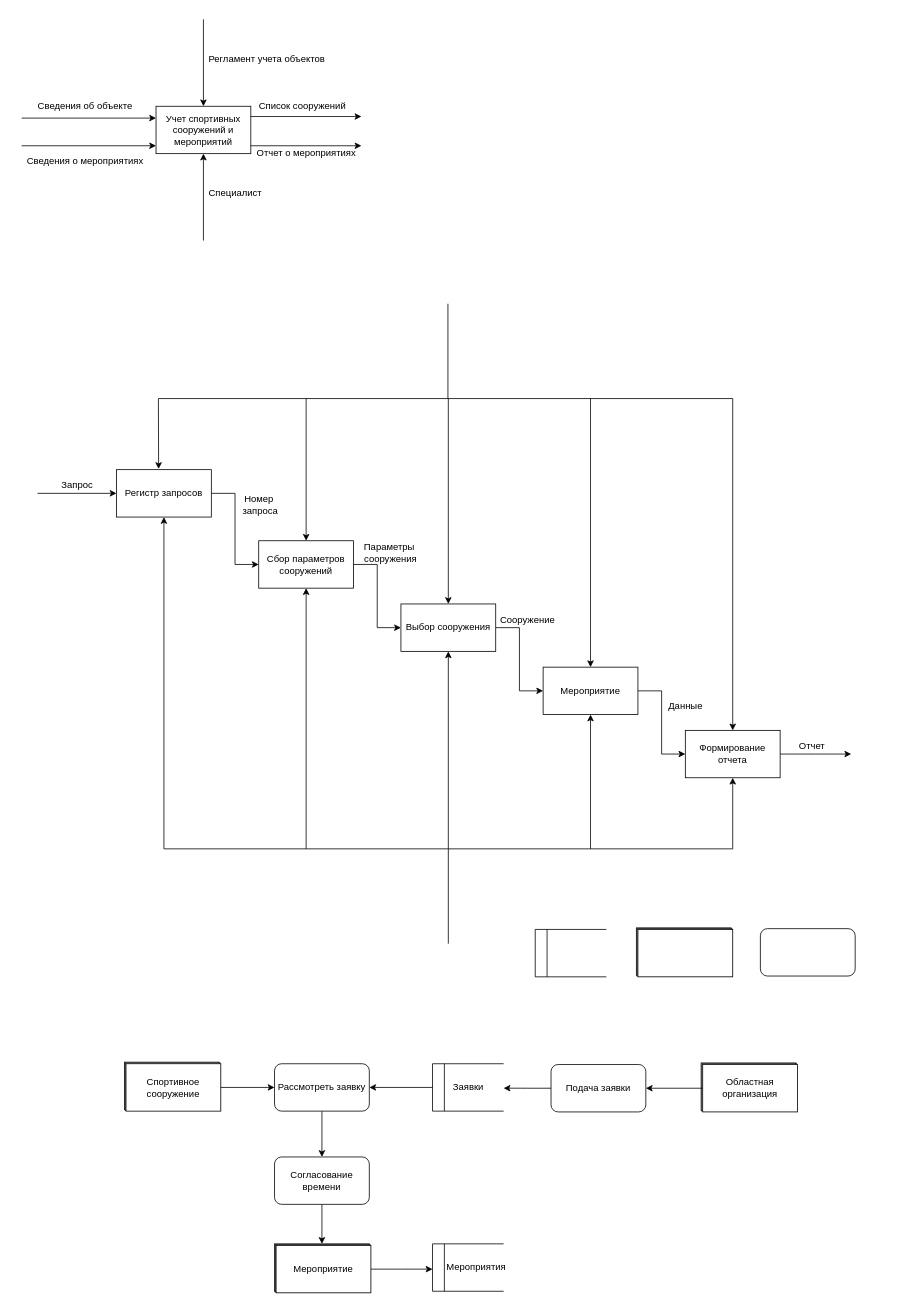
Earlier version of the draw.io diagram Untitled Diagram.drawio (RGNGIT/DBStructCourse). Source tidied: cells renumbered, new cells numbered last; positions are measured from the earlier drawing's top-left corner, leaving out a move shared by most shapes. Both pictures are drawn from the tidied source at 79%, with x=0, y=0 at pixel (21, 19).
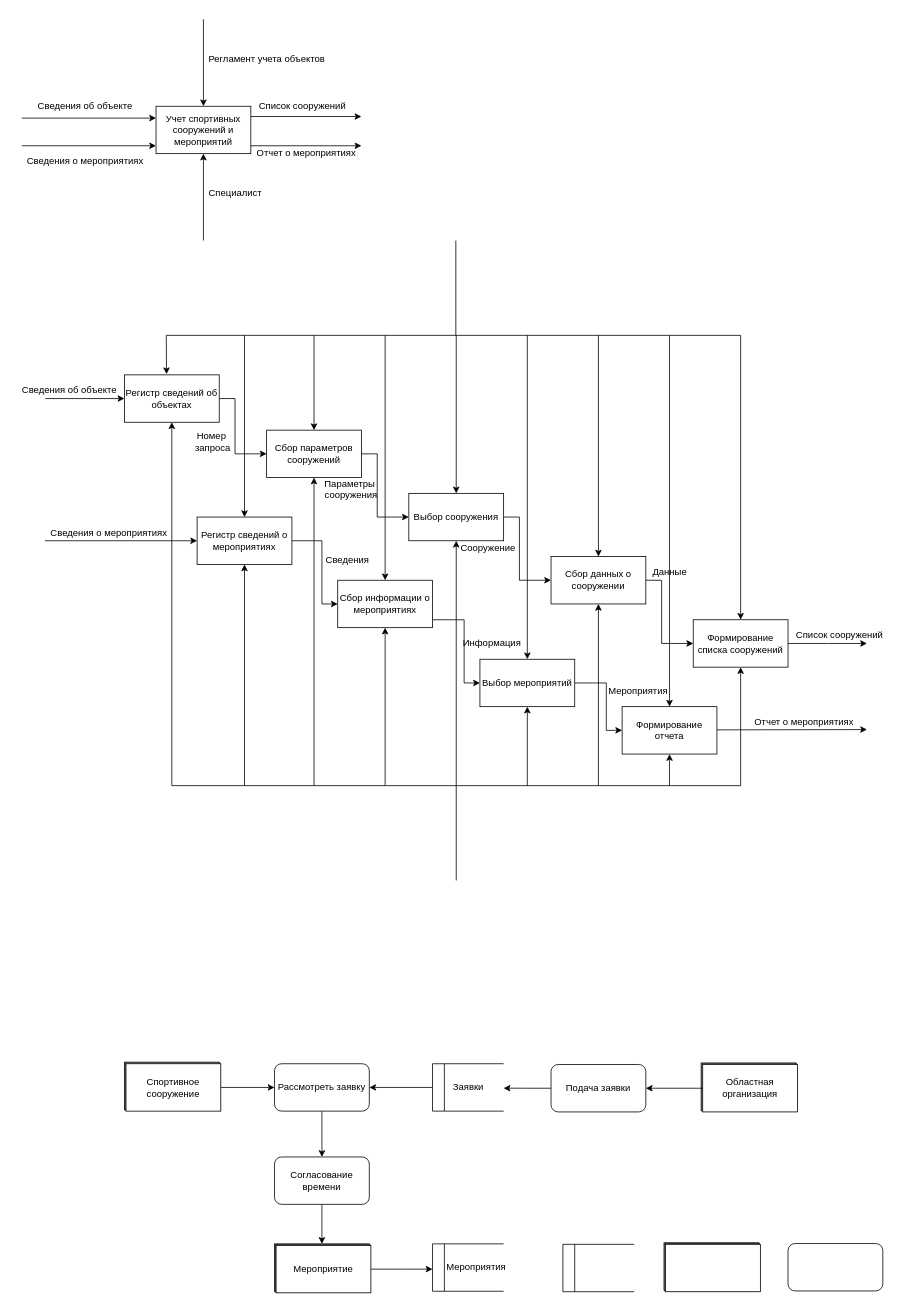
Above is the later version.

What changed in the source:
```diff
@@
     <mxCell id="11" style="endArrow=classic;html=1;" parent="1" edge="1">
       <mxGeometry relative="1" as="geometry">
-        <mxPoint x="20" y="600" as="sourcePoint" />
-        <mxPoint x="120" y="600" as="targetPoint" />
+        <mxPoint x="30" y="480" as="sourcePoint" />
+        <mxPoint x="130" y="480" as="targetPoint" />
       </mxGeometry>
     </mxCell>
-    <mxCell id="12" value="Запрос" style="text;html=1;align=center;verticalAlign=middle;strokeColor=none;" parent="1" vertex="1">
-      <mxGeometry x="40" y="580" width="60" height="20" as="geometry" />
+    <mxCell id="12" value="Сведения об объекте" style="text;html=1;align=center;verticalAlign=middle;strokeColor=none;" parent="1" vertex="1">
+      <mxGeometry x="-10" y="460" width="140" height="20" as="geometry" />
     </mxCell>
     <mxCell id="13" style="edgeStyle=orthogonalEdgeStyle;rounded=0;jettySize=auto;html=1;entryX=0;entryY=0.5;entryDx=0;entryDy=0;" parent="1" edge="1" source="14" target="16">
-      <mxGeometry relative="1" as="geometry" />
+      <mxGeometry relative="1" as="geometry">
+        <Array as="points">
+          <mxPoint x="270" y="480" />
+          <mxPoint x="270" y="550" />
+        </Array>
+      </mxGeometry>
     </mxCell>
-    <mxCell id="14" value="Регистр запросов" style="rounded=0;whiteSpace=wrap;html=1;" parent="1" vertex="1">
-      <mxGeometry x="120" y="570" width="120" height="60" as="geometry" />
+    <mxCell id="14" value="Регистр сведений об объектах" style="rounded=0;whiteSpace=wrap;html=1;" parent="1" vertex="1">
+      <mxGeometry x="130" y="450" width="120" height="60" as="geometry" />
     </mxCell>
     <mxCell id="15" style="edgeStyle=orthogonalEdgeStyle;rounded=0;jettySize=auto;html=1;entryX=0;entryY=0.5;entryDx=0;entryDy=0;" parent="1" edge="1" source="16" target="19">
-      <mxGeometry relative="1" as="geometry" />
+      <mxGeometry relative="1" as="geometry">
+        <Array as="points">
+          <mxPoint x="450" y="550" />
+          <mxPoint x="450" y="630" />
+        </Array>
+      </mxGeometry>
     </mxCell>
     <mxCell id="16" value="Сбор параметров сооружений" style="rounded=0;whiteSpace=wrap;html=1;" parent="1" vertex="1">
-      <mxGeometry x="300" y="660" width="120" height="60" as="geometry" />
+      <mxGeometry x="310" y="520" width="120" height="60" as="geometry" />
     </mxCell>
     <mxCell id="17" value="Номер&lt;br&gt;&amp;nbsp;запроса" style="text;html=1;align=center;verticalAlign=middle;strokeColor=none;" parent="1" vertex="1">
-      <mxGeometry x="270" y="600" width="60" height="30" as="geometry" />
+      <mxGeometry x="210" y="520" width="60" height="30" as="geometry" />
     </mxCell>
     <mxCell id="18" style="edgeStyle=orthogonalEdgeStyle;rounded=0;jettySize=auto;html=1;entryX=0;entryY=0.5;entryDx=0;entryDy=0;" parent="1" edge="1" source="19" target="22">
-      <mxGeometry relative="1" as="geometry" />
+      <mxGeometry relative="1" as="geometry">
+        <Array as="points">
+          <mxPoint x="630" y="630" />
+          <mxPoint x="630" y="710" />
+        </Array>
+      </mxGeometry>
     </mxCell>
     <mxCell id="19" value="Выбор сооружения" style="rounded=0;whiteSpace=wrap;html=1;" parent="1" vertex="1">
-      <mxGeometry x="480" y="740" width="120" height="60" as="geometry" />
+      <mxGeometry x="490" y="600" width="120" height="60" as="geometry" />
     </mxCell>
     <mxCell id="20" value="Сооружение" style="text;html=1;align=center;verticalAlign=middle;strokeColor=none;" parent="1" vertex="1">
-      <mxGeometry x="600" y="750" width="80" height="20" as="geometry" />
+      <mxGeometry x="550" y="660" width="80" height="20" as="geometry" />
     </mxCell>
     <mxCell id="21" style="edgeStyle=orthogonalEdgeStyle;rounded=0;jettySize=auto;html=1;entryX=0;entryY=0.5;entryDx=0;entryDy=0;" parent="1" edge="1" source="22" target="26">
-      <mxGeometry relative="1" as="geometry" />
+      <mxGeometry relative="1" as="geometry">
+        <Array as="points">
+          <mxPoint x="810" y="710" />
+          <mxPoint x="810" y="790" />
+        </Array>
+      </mxGeometry>
     </mxCell>
-    <mxCell id="22" value="Мероприятие" style="rounded=0;whiteSpace=wrap;html=1;" parent="1" vertex="1">
-      <mxGeometry x="660" y="820" width="120" height="60" as="geometry" />
+    <mxCell id="22" value="Сбор данных о сооружении" style="rounded=0;whiteSpace=wrap;html=1;" parent="1" vertex="1">
+      <mxGeometry x="670" y="680" width="120" height="60" as="geometry" />
     </mxCell>
     <mxCell id="23" value="Параметры&lt;br&gt;&amp;nbsp;сооружения" style="text;html=1;align=center;verticalAlign=middle;strokeColor=none;" parent="1" vertex="1">
-      <mxGeometry x="420" y="660" width="90" height="30" as="geometry" />
+      <mxGeometry x="370" y="580" width="90" height="30" as="geometry" />
     </mxCell>
     <mxCell id="24" value="Данные" style="text;html=1;align=center;verticalAlign=middle;strokeColor=none;" parent="1" vertex="1">
-      <mxGeometry x="810" y="860" width="60" height="20" as="geometry" />
+      <mxGeometry x="790" y="690" width="60" height="20" as="geometry" />
     </mxCell>
     <mxCell id="25" style="edgeStyle=orthogonalEdgeStyle;rounded=0;jettySize=auto;html=1;exitX=1;exitY=0.5;exitDx=0;exitDy=0;" parent="1" edge="1" source="26">
       <mxGeometry relative="1" as="geometry">
-        <mxPoint x="1050" y="930" as="targetPoint" />
+        <mxPoint x="1070" y="790" as="targetPoint" />
       </mxGeometry>
     </mxCell>
-    <mxCell id="26" value="Формирование отчета" style="rounded=0;whiteSpace=wrap;html=1;" parent="1" vertex="1">
-      <mxGeometry x="840" y="900" width="120" height="60" as="geometry" />
+    <mxCell id="26" value="Формирование списка сооружений" style="rounded=0;whiteSpace=wrap;html=1;" parent="1" vertex="1">
+      <mxGeometry x="850" y="760" width="120" height="60" as="geometry" />
     </mxCell>
-    <mxCell id="27" value="Отчет" style="text;html=1;align=center;verticalAlign=middle;strokeColor=none;" parent="1" vertex="1">
-      <mxGeometry x="975" y="910" width="50" height="20" as="geometry" />
+    <mxCell id="27" value="Список сооружений" style="text;html=1;align=center;verticalAlign=middle;strokeColor=none;" parent="1" vertex="1">
+      <mxGeometry x="970" y="770" width="130" height="20" as="geometry" />
     </mxCell>
     <mxCell id="28" style="endArrow=none;html=1;" parent="1" edge="1">
       <mxGeometry relative="1" as="geometry">
-        <mxPoint x="180" y="1050" as="sourcePoint" />
-        <mxPoint x="900" y="1050" as="targetPoint" />
+        <mxPoint x="190" y="970" as="sourcePoint" />
+        <mxPoint x="910" y="970" as="targetPoint" />
       </mxGeometry>
     </mxCell>
     <mxCell id="29" style="endArrow=classic;html=1;entryX=0.5;entryY=1;entryDx=0;entryDy=0;" parent="1" edge="1" target="14">
       <mxGeometry relative="1" as="geometry">
-        <mxPoint x="180" y="1050" as="sourcePoint" />
+        <mxPoint x="190" y="970" as="sourcePoint" />
       </mxGeometry>
     </mxCell>
     <mxCell id="30" style="endArrow=classic;html=1;entryX=0.5;entryY=1;entryDx=0;entryDy=0;" parent="1" edge="1" target="16">
       <mxGeometry relative="1" as="geometry">
-        <mxPoint x="360" y="1050" as="sourcePoint" />
+        <mxPoint x="370" y="970" as="sourcePoint" />
       </mxGeometry>
     </mxCell>
     <mxCell id="31" style="endArrow=classic;html=1;entryX=0.5;entryY=1;entryDx=0;entryDy=0;" parent="1" edge="1" target="19">
       <mxGeometry relative="1" as="geometry">
-        <mxPoint x="540" y="1050" as="sourcePoint" />
+        <mxPoint x="550" y="970" as="sourcePoint" />
       </mxGeometry>
     </mxCell>
     <mxCell id="32" style="endArrow=classic;html=1;entryX=0.5;entryY=1;entryDx=0;entryDy=0;" parent="1" edge="1" target="22">
       <mxGeometry relative="1" as="geometry">
-        <mxPoint x="720" y="1050" as="sourcePoint" />
+        <mxPoint x="730" y="970" as="sourcePoint" />
       </mxGeometry>
     </mxCell>
     <mxCell id="33" style="endArrow=classic;html=1;entryX=0.5;entryY=1;entryDx=0;entryDy=0;" parent="1" edge="1" target="26">
       <mxGeometry relative="1" as="geometry">
-        <mxPoint x="900" y="1050" as="sourcePoint" />
+        <mxPoint x="910" y="970" as="sourcePoint" />
       </mxGeometry>
     </mxCell>
     <mxCell id="34" style="endArrow=none;html=1;" parent="1" edge="1">
       <mxGeometry relative="1" as="geometry">
-        <mxPoint x="173" y="480" as="sourcePoint" />
-        <mxPoint x="900" y="480" as="targetPoint" />
+        <mxPoint x="183" y="400" as="sourcePoint" />
+        <mxPoint x="910" y="400" as="targetPoint" />
       </mxGeometry>
     </mxCell>
     <mxCell id="35" style="endArrow=classic;html=1;entryX=0.5;entryY=0;entryDx=0;entryDy=0;" parent="1" edge="1" target="26">
       <mxGeometry relative="1" as="geometry">
-        <mxPoint x="900" y="480" as="sourcePoint" />
+        <mxPoint x="910" y="400" as="sourcePoint" />
       </mxGeometry>
     </mxCell>
     <mxCell id="36" style="endArrow=classic;html=1;entryX=0.5;entryY=0;entryDx=0;entryDy=0;" parent="1" edge="1" target="22">
       <mxGeometry relative="1" as="geometry">
-        <mxPoint x="720" y="480" as="sourcePoint" />
+        <mxPoint x="730" y="400" as="sourcePoint" />
       </mxGeometry>
     </mxCell>
     <mxCell id="37" style="endArrow=classic;html=1;entryX=0.5;entryY=0;entryDx=0;entryDy=0;" parent="1" edge="1" target="19">
       <mxGeometry relative="1" as="geometry">
-        <mxPoint x="540" y="480" as="sourcePoint" />
+        <mxPoint x="550" y="400" as="sourcePoint" />
       </mxGeometry>
     </mxCell>
     <mxCell id="38" style="endArrow=classic;html=1;entryX=0.5;entryY=0;entryDx=0;entryDy=0;" parent="1" edge="1" target="16">
       <mxGeometry relative="1" as="geometry">
-        <mxPoint x="360" y="480" as="sourcePoint" />
+        <mxPoint x="370" y="400" as="sourcePoint" />
       </mxGeometry>
     </mxCell>
     <mxCell id="39" style="endArrow=classic;html=1;entryX=0.444;entryY=-0.014;entryDx=0;entryDy=0;entryPerimeter=0;" parent="1" edge="1" target="14">
       <mxGeometry relative="1" as="geometry">
-        <mxPoint x="173" y="480" as="sourcePoint" />
+        <mxPoint x="183" y="400" as="sourcePoint" />
       </mxGeometry>
     </mxCell>
     <mxCell id="40" style="endArrow=none;html=1;" parent="1" edge="1">
       <mxGeometry relative="1" as="geometry">
-        <mxPoint x="540" y="1170" as="sourcePoint" />
-        <mxPoint x="540" y="1050" as="targetPoint" />
+        <mxPoint x="550" y="1090" as="sourcePoint" />
+        <mxPoint x="550" y="970" as="targetPoint" />
       </mxGeometry>
     </mxCell>
     <mxCell id="41" style="endArrow=none;html=1;" parent="1" edge="1">
       <mxGeometry relative="1" as="geometry">
-        <mxPoint x="539.5" y="480" as="sourcePoint" />
-        <mxPoint x="539.5" y="360" as="targetPoint" />
+        <mxPoint x="549.5" y="400" as="sourcePoint" />
+        <mxPoint x="549.5" y="280" as="targetPoint" />
       </mxGeometry>
     </mxCell>
@@
     <mxCell id="44" style="group;" parent="1" vertex="1">
-      <mxGeometry x="778" y="1150" width="122" height="62" as="geometry" />
+      <mxGeometry x="813" y="1548.6" width="122" height="62" as="geometry" />
     </mxCell>
@@
     <mxCell id="48" style="group;" parent="1" vertex="1">
-      <mxGeometry x="650" y="1152" width="90" height="60" as="geometry" />
+      <mxGeometry x="685" y="1550.6" width="90" height="60" as="geometry" />
     </mxCell>
@@
     <mxCell id="85" style="rounded=1;whiteSpace=wrap;html=1;" parent="1" vertex="1">
-      <mxGeometry x="935" y="1151" width="120" height="60" as="geometry" />
+      <mxGeometry x="970" y="1549.6" width="120" height="60" as="geometry" />
     </mxCell>
@@
+    <mxCell id="90" style="edgeStyle=orthogonalEdgeStyle;rounded=0;jettySize=auto;html=1;entryX=0;entryY=0.5;entryDx=0;entryDy=0;" parent="1" edge="1" source="91" target="95">
+      <mxGeometry relative="1" as="geometry">
+        <Array as="points">
+          <mxPoint x="380" y="660" />
+          <mxPoint x="380" y="740" />
+        </Array>
+      </mxGeometry>
+    </mxCell>
+    <mxCell id="91" value="Регистр сведений о мероприятиях" style="rounded=0;whiteSpace=wrap;html=1;" parent="1" vertex="1">
+      <mxGeometry x="222" y="630" width="120" height="60" as="geometry" />
+    </mxCell>
+    <mxCell id="92" value="Сведения о мероприятиях" style="text;html=1;align=center;verticalAlign=middle;points=[];strokeColor=none;" parent="1" vertex="1">
+      <mxGeometry x="30" y="640" width="160" height="20" as="geometry" />
+    </mxCell>
+    <mxCell id="93" style="endArrow=classic;html=1;entryX=0;entryY=0.5;entryDx=0;entryDy=0;exitX=-0.004;exitY=1;exitDx=0;exitDy=0;exitPerimeter=0;" parent="1" edge="1" source="92">
+      <mxGeometry relative="1" as="geometry">
+        <mxPoint x="222" y="660" as="targetPoint" />
+      </mxGeometry>
+    </mxCell>
+    <mxCell id="94" style="edgeStyle=orthogonalEdgeStyle;rounded=0;jettySize=auto;html=1;entryX=0;entryY=0.5;entryDx=0;entryDy=0;" parent="1" edge="1" source="95" target="99">
+      <mxGeometry relative="1" as="geometry">
+        <Array as="points">
+          <mxPoint x="560" y="760" />
+          <mxPoint x="560" y="840" />
+        </Array>
+      </mxGeometry>
+    </mxCell>
+    <mxCell id="95" value="Сбор информации о мероприятиях" style="rounded=0;whiteSpace=wrap;html=1;" parent="1" vertex="1">
+      <mxGeometry x="400" y="710" width="120" height="60" as="geometry" />
+    </mxCell>
+    <mxCell id="96" style="endArrow=classic;html=1;entryX=0.5;entryY=1;entryDx=0;entryDy=0;" parent="1" edge="1" target="91">
+      <mxGeometry relative="1" as="geometry">
+        <mxPoint x="282" y="970" as="sourcePoint" />
+      </mxGeometry>
+    </mxCell>
+    <mxCell id="97" style="endArrow=classic;html=1;entryX=0.5;entryY=1;entryDx=0;entryDy=0;" parent="1" edge="1" target="95">
+      <mxGeometry relative="1" as="geometry">
+        <mxPoint x="460" y="970" as="sourcePoint" />
+      </mxGeometry>
+    </mxCell>
+    <mxCell id="98" style="edgeStyle=orthogonalEdgeStyle;rounded=0;jettySize=auto;html=1;entryX=0;entryY=0.5;entryDx=0;entryDy=0;" parent="1" edge="1" source="99" target="101">
+      <mxGeometry relative="1" as="geometry">
+        <Array as="points">
+          <mxPoint x="740" y="840" />
+          <mxPoint x="740" y="900" />
+        </Array>
+      </mxGeometry>
+    </mxCell>
+    <mxCell id="99" value="Выбор мероприятий" style="rounded=0;whiteSpace=wrap;html=1;" parent="1" vertex="1">
+      <mxGeometry x="580" y="810" width="120" height="60" as="geometry" />
+    </mxCell>
+    <mxCell id="100" style="endArrow=classic;html=1;entryX=0.5;entryY=1;entryDx=0;entryDy=0;" parent="1" edge="1" target="99">
+      <mxGeometry relative="1" as="geometry">
+        <mxPoint x="640" y="970" as="sourcePoint" />
+      </mxGeometry>
+    </mxCell>
+    <mxCell id="101" value="Формирование отчета" style="rounded=0;whiteSpace=wrap;html=1;" parent="1" vertex="1">
+      <mxGeometry x="760" y="870" width="120" height="60" as="geometry" />
+    </mxCell>
+    <mxCell id="102" style="endArrow=classic;html=1;entryX=0.5;entryY=1;entryDx=0;entryDy=0;" parent="1" edge="1" target="101">
+      <mxGeometry relative="1" as="geometry">
+        <mxPoint x="820" y="970" as="sourcePoint" />
+      </mxGeometry>
+    </mxCell>
+    <mxCell id="103" style="endArrow=classic;html=1;entryX=0.5;entryY=0;entryDx=0;entryDy=0;" parent="1" edge="1" target="91">
+      <mxGeometry relative="1" as="geometry">
+        <mxPoint x="282" y="400" as="sourcePoint" />
+      </mxGeometry>
+    </mxCell>
+    <mxCell id="104" style="endArrow=classic;html=1;entryX=0.5;entryY=0;entryDx=0;entryDy=0;" parent="1" edge="1" target="95">
+      <mxGeometry relative="1" as="geometry">
+        <mxPoint x="460" y="400" as="sourcePoint" />
+      </mxGeometry>
+    </mxCell>
+    <mxCell id="105" style="endArrow=classic;html=1;entryX=0.5;entryY=0;entryDx=0;entryDy=0;" parent="1" edge="1" target="99">
+      <mxGeometry relative="1" as="geometry">
+        <mxPoint x="640" y="400" as="sourcePoint" />
+      </mxGeometry>
+    </mxCell>
+    <mxCell id="106" style="endArrow=classic;html=1;entryX=0.5;entryY=0;entryDx=0;entryDy=0;" parent="1" edge="1" target="101">
+      <mxGeometry relative="1" as="geometry">
+        <mxPoint x="820" y="400" as="sourcePoint" />
+      </mxGeometry>
+    </mxCell>
+    <mxCell id="107" style="endArrow=classic;html=1;exitX=-0.004;exitY=1;exitDx=0;exitDy=0;exitPerimeter=0;" parent="1" edge="1">
+      <mxGeometry relative="1" as="geometry">
+        <mxPoint x="880" y="899.4" as="sourcePoint" />
+        <mxPoint x="1070" y="899" as="targetPoint" />
+      </mxGeometry>
+    </mxCell>
+    <mxCell id="108" value="Отчет о мероприятиях" style="text;html=1;align=center;verticalAlign=middle;strokeColor=none;" parent="1" vertex="1">
+      <mxGeometry x="920" y="880" width="140" height="20" as="geometry" />
+    </mxCell>
+    <mxCell id="109" value="Сведения" style="text;html=1;align=center;verticalAlign=middle;strokeColor=none;" parent="1" vertex="1">
+      <mxGeometry x="377" y="675" width="70" height="20" as="geometry" />
+    </mxCell>
+    <mxCell id="110" value="Информация" style="text;html=1;align=center;verticalAlign=middle;strokeColor=none;" parent="1" vertex="1">
+      <mxGeometry x="550" y="780" width="90" height="20" as="geometry" />
+    </mxCell>
+    <mxCell id="111" value="Мероприятия" style="text;html=1;align=center;verticalAlign=middle;strokeColor=none;" parent="1" vertex="1">
+      <mxGeometry x="735" y="840" width="90" height="20" as="geometry" />
+    </mxCell>
```
